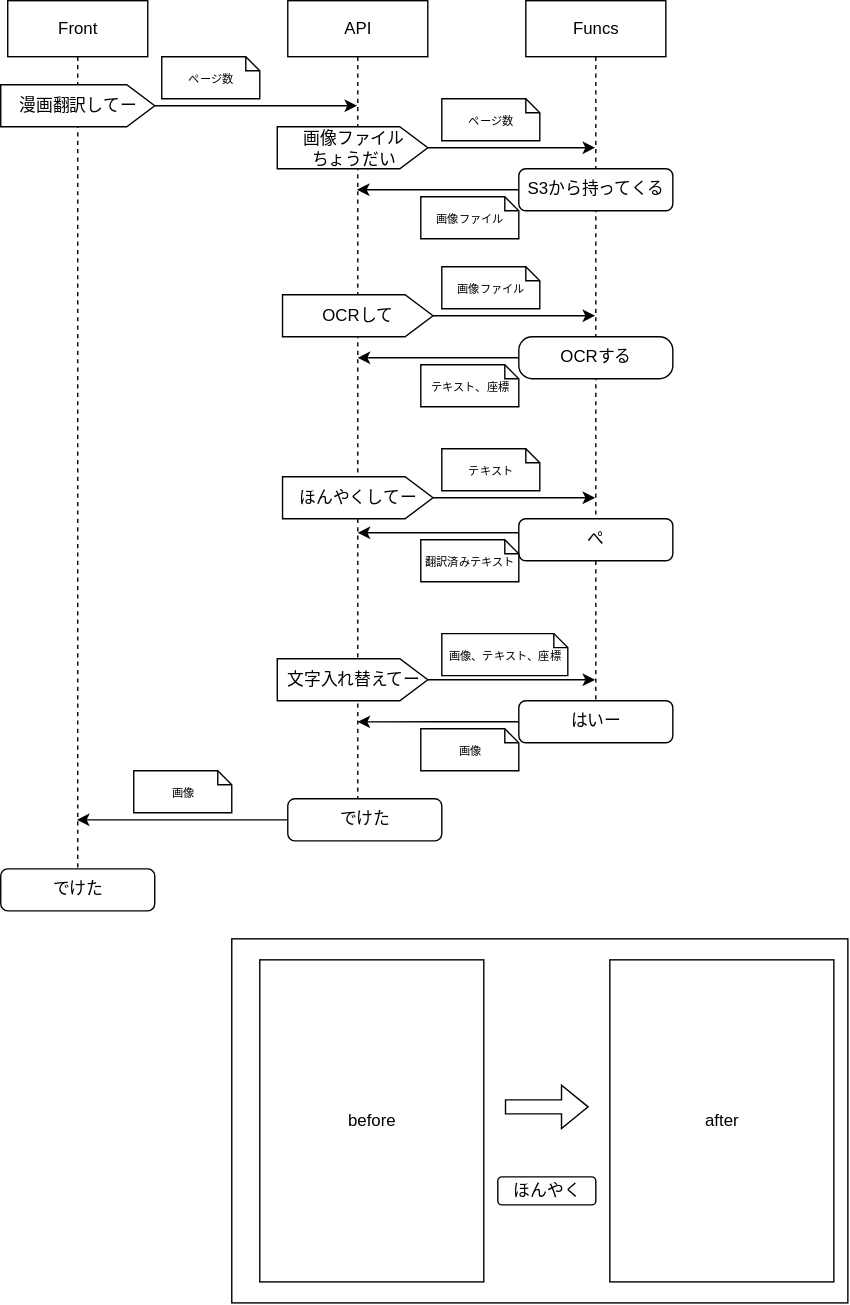
Above: docs/flow.drawio.svg in lc-tut/Jump-Hacks-readonly (draw.io), before the change. Source tidied: cells renumbered, new cells last; positions are measured from the earlier drawing's top-left corner, leaving out a move shared by most shapes.
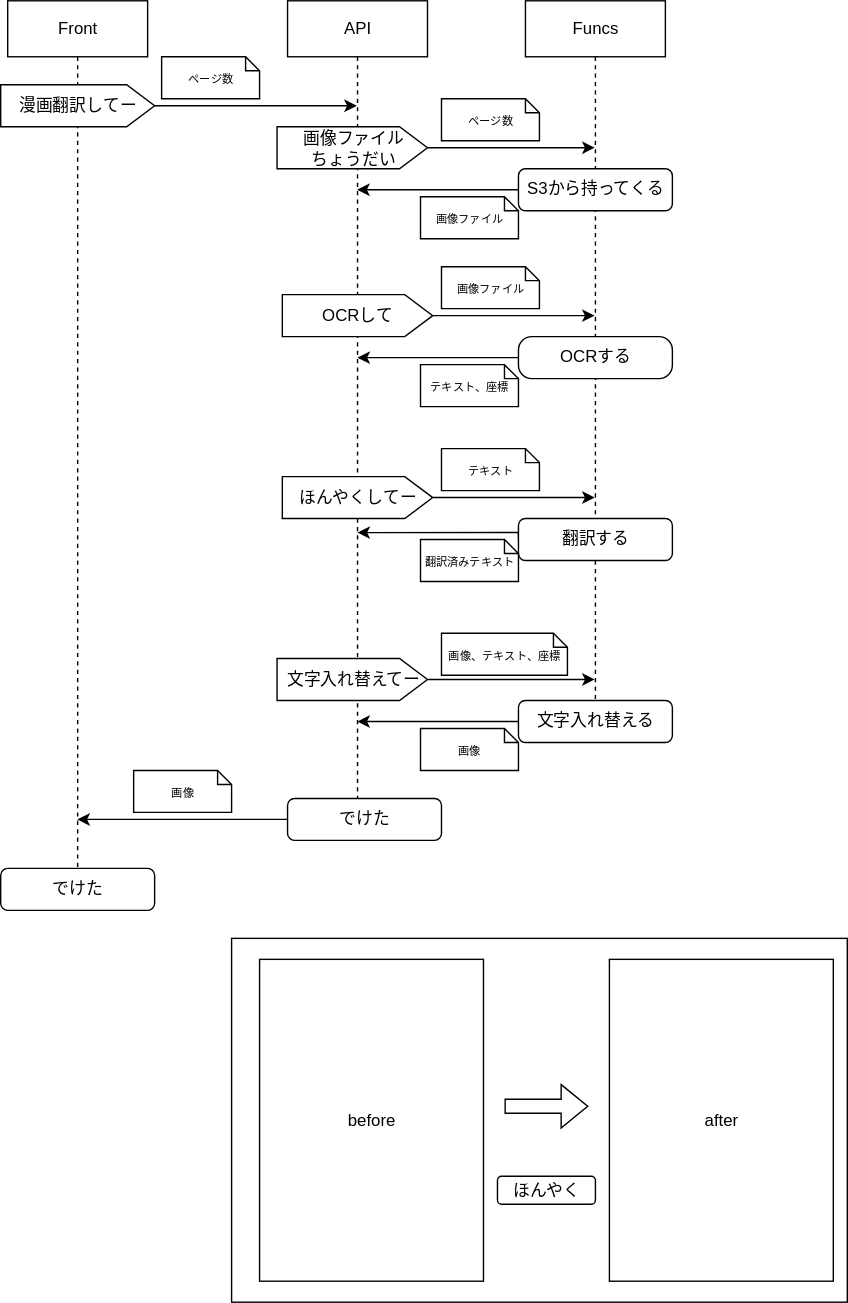
The same diagram one commit later.

Commit message:
dev:flow.svgを直したよ。

Change to the diagram source:
```diff
@@ -88,7 +88,7 @@
         </Array>
       </mxGeometry>
     </mxCell>
-    <mxCell id="18" value="ぺ" style="html=1;align=center;verticalAlign=top;rounded=1;absoluteArcSize=1;arcSize=10;dashed=0;whiteSpace=wrap;" parent="1" vertex="1">
+    <mxCell id="18" value="翻訳する" style="html=1;align=center;verticalAlign=top;rounded=1;absoluteArcSize=1;arcSize=10;dashed=0;whiteSpace=wrap;" parent="1" vertex="1">
       <mxGeometry x="370" y="370" width="110" height="30" as="geometry" />
     </mxCell>
     <mxCell id="19" style="edgeStyle=orthogonalEdgeStyle;rounded=0;jettySize=auto;html=1;exitX=1;exitY=0.5;exitDx=0;exitDy=0;exitPerimeter=0;" parent="1" edge="1" source="20">
@@ -112,7 +112,7 @@
         </Array>
       </mxGeometry>
     </mxCell>
-    <mxCell id="22" value="はいー" style="html=1;align=center;verticalAlign=top;rounded=1;absoluteArcSize=1;arcSize=10;dashed=0;whiteSpace=wrap;" parent="1" vertex="1">
+    <mxCell id="22" value="文字入れ替える" style="html=1;align=center;verticalAlign=top;rounded=1;absoluteArcSize=1;arcSize=10;dashed=0;whiteSpace=wrap;" parent="1" vertex="1">
       <mxGeometry x="370" y="500" width="110" height="30" as="geometry" />
     </mxCell>
     <mxCell id="23" style="edgeStyle=orthogonalEdgeStyle;rounded=0;jettySize=auto;html=1;exitX=0;exitY=0.5;exitDx=0;exitDy=0;" parent="1" edge="1" source="24" target="2">
```
